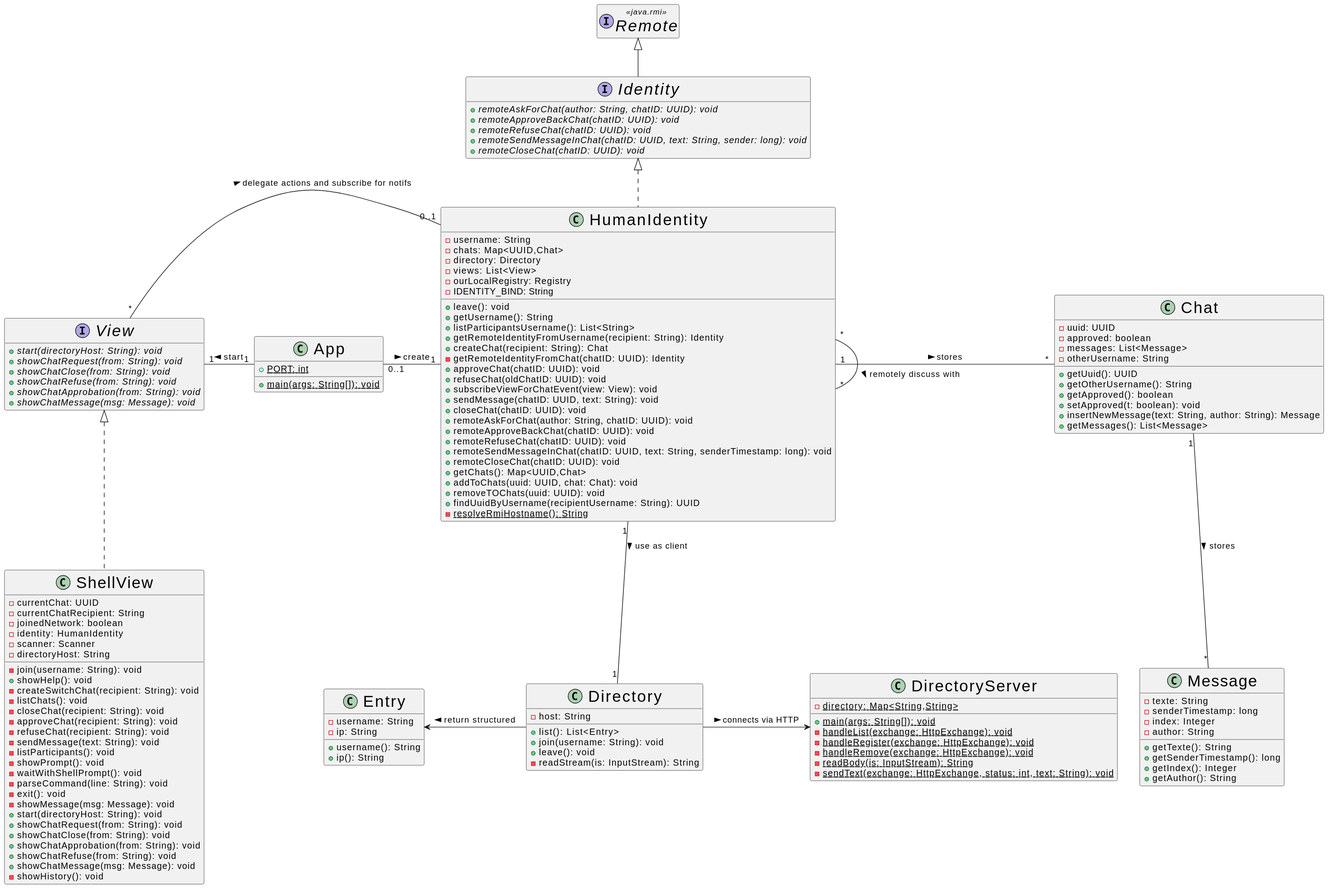
samuelroland/poneytoponey keeps this PlantUML diagram as docs/class.final.svg. Above is the earlier version. Its diagram source:
```plantuml
@startuml

hide empty members
skinparam classFontSize 25


interface Remote <<java.rmi>>

HumanIdentity "1"-l-"0..1" App: create <
App "1"-l-"1" View: start >

Directory -> DirectoryServer: connects via HTTP >
Directory -l-> Entry: return structured >
Chat "1"--"*" Message: stores >
HumanIdentity "1"-"*" Chat: stores >
HumanIdentity "1"-d-"1" Directory: use as client >
HumanIdentity "*"-l-"*" HumanIdentity: \n\nremotely discuss with >
HumanIdentity "0..1"-l-"*" View: delegate actions and subscribe for notifs <


class Chat {
	- uuid: UUID
	- approved: boolean
	- messages: List<Message>
	- otherUsername: String
	+ getUuid(): UUID
	+ getOtherUsername(): String
	+ getApproved(): boolean
	+ setApproved(t: boolean): void
	+ insertNewMessage(text: String, author: String): Message
	+ getMessages(): List<Message>
}


class DirectoryServer {
	- {static} directory: Map<String,String>
	+ {static} main(args: String[]): void
	- {static} handleList(exchange: HttpExchange): void
	- {static} handleRegister(exchange: HttpExchange): void
	- {static} handleRemove(exchange: HttpExchange): void
	- {static} readBody(is: InputStream): String
	- {static} sendText(exchange: HttpExchange, status: int, text: String): void
}


class Directory {
	- host: String
	+ list(): List<Entry>
	+ join(username: String): void
	+ leave(): void
	- readStream(is: InputStream): String
}


class Entry {
	- username: String
	- ip: String
	+ username(): String
	+ ip(): String
}


interface View {
	+ {abstract}start(directoryHost: String): void
	+ {abstract}showChatRequest(from: String): void
	+ {abstract}showChatClose(from: String): void
	+ {abstract}showChatRefuse(from: String): void
	+ {abstract}showChatApprobation(from: String): void
	+ {abstract}showChatMessage(msg: Message): void
}

interface Identity {
	+ {abstract}remoteAskForChat(author: String, chatID: UUID): void
	+ {abstract}remoteApproveBackChat(chatID: UUID): void
	+ {abstract}remoteRefuseChat(chatID: UUID): void
	+ {abstract}remoteSendMessageInChat(chatID: UUID, text: String, sender: long): void
	+ {abstract}remoteCloseChat(chatID: UUID): void
}

class ShellView {
	- currentChat: UUID
	- currentChatRecipient: String
	- joinedNetwork: boolean
	- identity: HumanIdentity
	- scanner: Scanner
	- directoryHost: String
	- join(username: String): void
	+ showHelp(): void
	- createSwitchChat(recipient: String): void
	- listChats(): void
	- closeChat(recipient: String): void
	- approveChat(recipient: String): void
	- refuseChat(recipient: String): void
	- sendMessage(text: String): void
	- listParticipants(): void
	- showPrompt(): void
	- waitWithShellPrompt(): void
	- parseCommand(line: String): void
	- exit(): void
	- showMessage(msg: Message): void
	+ start(directoryHost: String): void
	+ showChatRequest(from: String): void
	+ showChatClose(from: String): void
	+ showChatApprobation(from: String): void
	+ showChatRefuse(from: String): void
	+ showChatMessage(msg: Message): void
	- showHistory(): void
}


class Message {
	- texte: String
	- senderTimestamp: long
	- index: Integer
	- author: String
	+ getTexte(): String
	+ getSenderTimestamp(): long
	+ getIndex(): Integer
	+ getAuthor(): String
}


class App {
	+ {static} PORT: int
	+ {static} main(args: String[]): void
}


class HumanIdentity {
	- username: String
	- chats: Map<UUID,Chat>
	- directory: Directory
	- views: List<View>
	- ourLocalRegistry: Registry
	- IDENTITY_BIND: String
	+ leave(): void
	+ getUsername(): String
	+ listParticipantsUsername(): List<String>
	+ getRemoteIdentityFromUsername(recipient: String): Identity
	+ createChat(recipient: String): Chat
	- getRemoteIdentityFromChat(chatID: UUID): Identity
	+ approveChat(chatID: UUID): void
	+ refuseChat(oldChatID: UUID): void
	+ subscribeViewForChatEvent(view: View): void
	+ sendMessage(chatID: UUID, text: String): void
	+ closeChat(chatID: UUID): void
	+ remoteAskForChat(author: String, chatID: UUID): void
	+ remoteApproveBackChat(chatID: UUID): void
	+ remoteRefuseChat(chatID: UUID): void
	+ remoteSendMessageInChat(chatID: UUID, text: String, senderTimestamp: long): void
	+ remoteCloseChat(chatID: UUID): void
	+ getChats(): Map<UUID,Chat>
	+ addToChats(uuid: UUID, chat: Chat): void
	+ removeTOChats(uuid: UUID): void
	+ findUuidByUsername(recipientUsername: String): UUID
	- {static} resolveRmiHostname(): String
}




Remote <|-- Identity
View <|.. ShellView
Identity <|.. HumanIdentity
@enduml
```
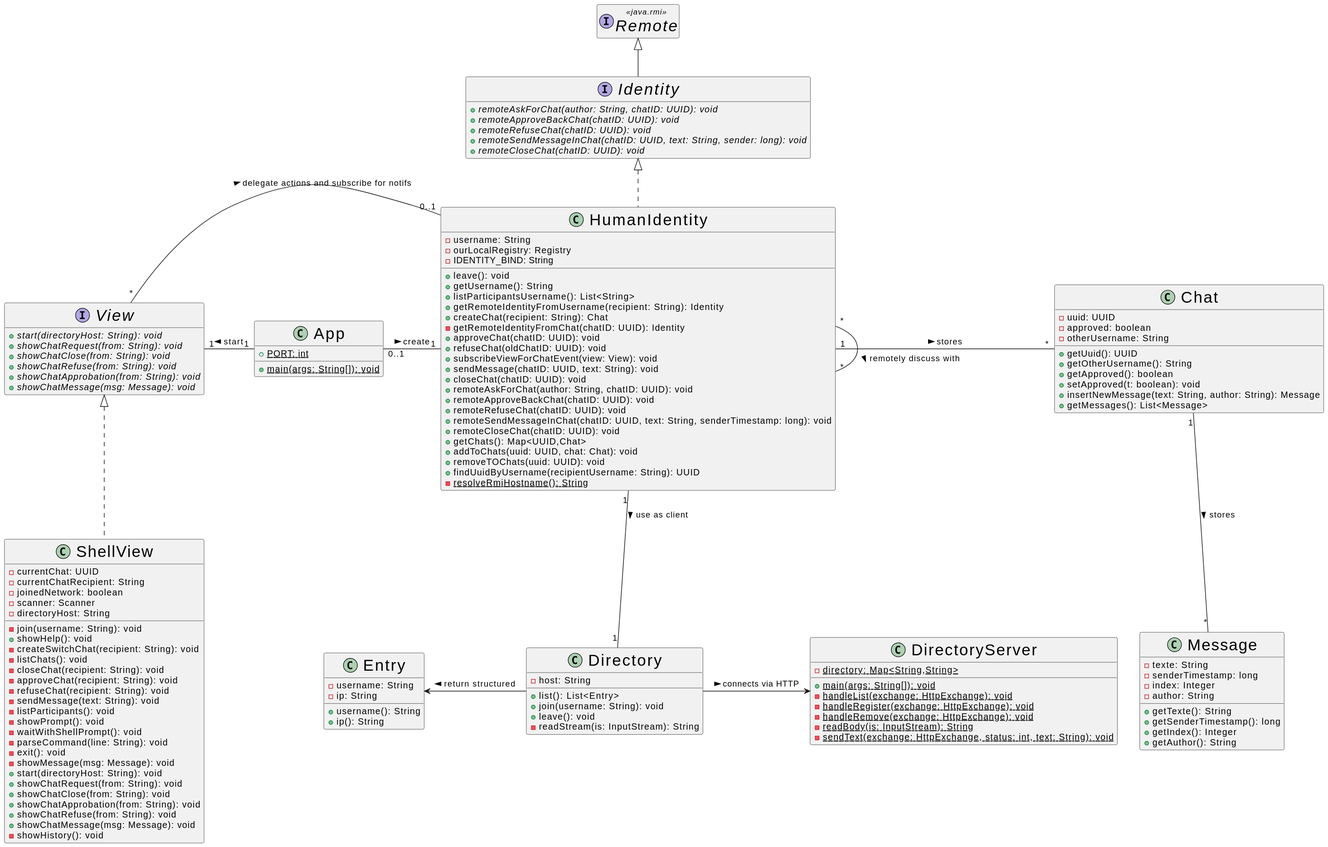
The same diagram one commit later.

Commit message:
Dynamically remove all attributes represented by arrows in final class diagram

The edit, as a diff of the source:
```diff
@@ -18,11 +18,11 @@
 HumanIdentity "0..1"-l-"*" View: delegate actions and subscribe for notifs <
 
 
+
 class Chat {
 	- uuid: UUID
 	- approved: boolean
-	- messages: List<Message>
-	- otherUsername: String
+		- otherUsername: String
 	+ getUuid(): UUID
 	+ getOtherUsername(): String
 	+ getApproved(): boolean
@@ -81,8 +81,7 @@
 	- currentChat: UUID
 	- currentChatRecipient: String
 	- joinedNetwork: boolean
-	- identity: HumanIdentity
-	- scanner: Scanner
+		- scanner: Scanner
 	- directoryHost: String
 	- join(username: String): void
 	+ showHelp(): void
@@ -128,10 +127,7 @@
 
 class HumanIdentity {
 	- username: String
-	- chats: Map<UUID,Chat>
-	- directory: Directory
-	- views: List<View>
-	- ourLocalRegistry: Registry
+				- ourLocalRegistry: Registry
 	- IDENTITY_BIND: String
 	+ leave(): void
 	+ getUsername(): String
```
